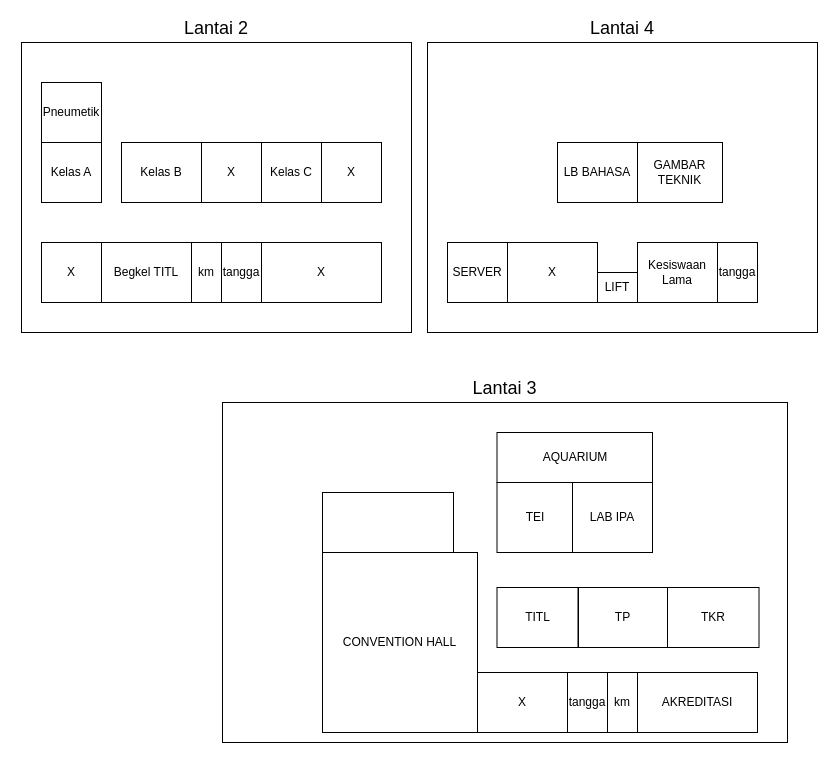
Before: DENAH SMK JATENG.drawio in hnkzf/topologi-site, a draw.io diagram. Source tidied: cells renumbered, new cells numbered last; positions are measured from the earlier drawing's top-left corner, leaving out a move shared by most shapes. Both pictures are drawn from the tidied source at 100%, with x=0, y=0 at pixel (21, 42).
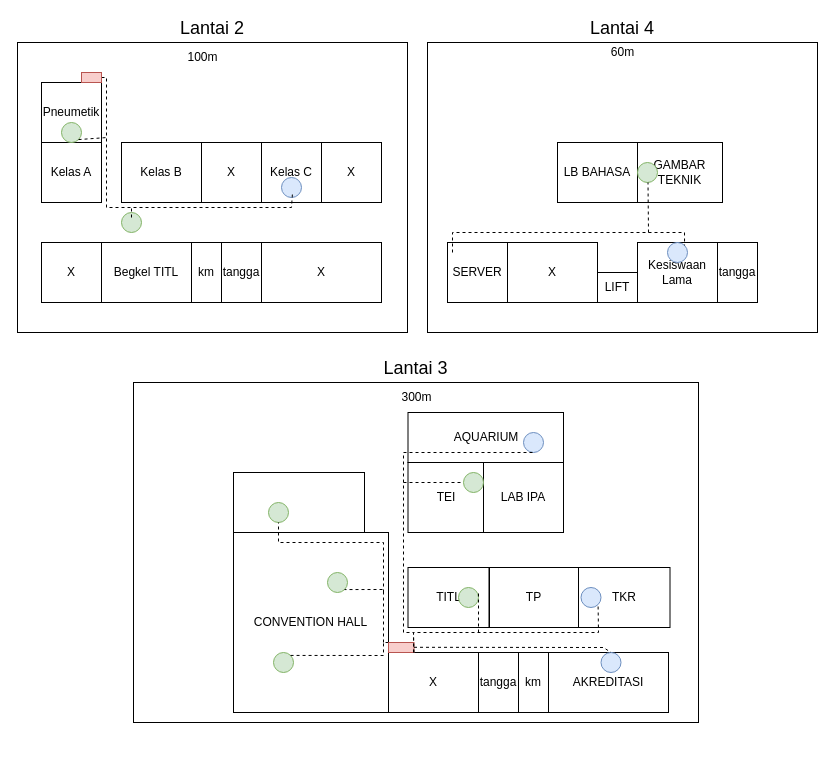
The same page after the edit.

Diff of the diagram source:
```diff
@@
     <mxCell id="2" value="Lantai 2" style="rounded=0;whiteSpace=wrap;html=1;labelPosition=center;verticalLabelPosition=top;align=center;verticalAlign=bottom;fontSize=18;" parent="1" vertex="1">
-      <mxGeometry width="390" height="290" as="geometry" />
+      <mxGeometry x="-4" width="390" height="290" as="geometry" />
     </mxCell>
@@
     <mxCell id="14" value="Lantai 3" style="rounded=0;whiteSpace=wrap;html=1;labelPosition=center;verticalLabelPosition=top;align=center;verticalAlign=bottom;fontSize=18;" parent="1" vertex="1">
-      <mxGeometry x="201" y="360" width="565" height="340" as="geometry" />
+      <mxGeometry x="112" y="340" width="565" height="340" as="geometry" />
     </mxCell>
     <mxCell id="15" value="tangga" style="rounded=0;whiteSpace=wrap;html=1;" parent="1" vertex="1">
-      <mxGeometry x="546" y="630" width="40" height="60" as="geometry" />
+      <mxGeometry x="457" y="610" width="40" height="60" as="geometry" />
     </mxCell>
     <mxCell id="16" value="km" style="rounded=0;whiteSpace=wrap;html=1;" parent="1" vertex="1">
-      <mxGeometry x="586" y="630" width="30" height="60" as="geometry" />
+      <mxGeometry x="497" y="610" width="30" height="60" as="geometry" />
     </mxCell>
     <mxCell id="17" value="X" style="rounded=0;whiteSpace=wrap;html=1;" parent="1" vertex="1">
-      <mxGeometry x="456" y="630" width="90" height="60" as="geometry" />
+      <mxGeometry x="367" y="610" width="90" height="60" as="geometry" />
     </mxCell>
     <mxCell id="18" value="AKREDITASI" style="rounded=0;whiteSpace=wrap;html=1;" parent="1" vertex="1">
-      <mxGeometry x="616" y="630" width="120" height="60" as="geometry" />
+      <mxGeometry x="527" y="610" width="120" height="60" as="geometry" />
     </mxCell>
     <mxCell id="19" value="TP" style="rounded=0;whiteSpace=wrap;html=1;" parent="1" vertex="1">
-      <mxGeometry x="557" y="545" width="89" height="60" as="geometry" />
+      <mxGeometry x="468" y="525" width="89" height="60" as="geometry" />
     </mxCell>
     <mxCell id="20" value="TKR" style="rounded=0;whiteSpace=wrap;html=1;" parent="1" vertex="1">
-      <mxGeometry x="646" y="545" width="91.5" height="60" as="geometry" />
+      <mxGeometry x="557" y="525" width="91.5" height="60" as="geometry" />
     </mxCell>
     <mxCell id="21" value="TITL" style="rounded=0;whiteSpace=wrap;html=1;" parent="1" vertex="1">
-      <mxGeometry x="475.5" y="545" width="81" height="60" as="geometry" />
+      <mxGeometry x="386.5" y="525" width="81" height="60" as="geometry" />
     </mxCell>
@@
     <mxCell id="29" value="TEI" style="rounded=0;whiteSpace=wrap;html=1;" parent="1" vertex="1">
-      <mxGeometry x="475.5" y="440" width="75.5" height="70" as="geometry" />
+      <mxGeometry x="386.5" y="420" width="75.5" height="70" as="geometry" />
     </mxCell>
     <mxCell id="30" value="AQUARIUM" style="rounded=0;whiteSpace=wrap;html=1;" parent="1" vertex="1">
-      <mxGeometry x="475.5" y="390" width="155.5" height="50" as="geometry" />
+      <mxGeometry x="386.5" y="370" width="155.5" height="50" as="geometry" />
     </mxCell>
     <mxCell id="31" value="LAB IPA" style="rounded=0;whiteSpace=wrap;html=1;" parent="1" vertex="1">
-      <mxGeometry x="551" y="440" width="80" height="70" as="geometry" />
+      <mxGeometry x="462" y="420" width="80" height="70" as="geometry" />
     </mxCell>
     <mxCell id="32" style="group;" parent="1" vertex="1">
-      <mxGeometry x="301" y="450" width="155" height="240" as="geometry" />
+      <mxGeometry x="212" y="430" width="155" height="240" as="geometry" />
     </mxCell>
@@
+    <mxCell id="36" style="ellipse;whiteSpace=wrap;html=1;fillColor=#d5e8d4;strokeColor=#82b366;" parent="32" vertex="1">
+      <mxGeometry x="35" y="30" width="20" height="20" as="geometry" />
+    </mxCell>
+    <mxCell id="37" style="ellipse;whiteSpace=wrap;html=1;fillColor=#d5e8d4;strokeColor=#82b366;" parent="32" vertex="1">
+      <mxGeometry x="94" y="100" width="20" height="20" as="geometry" />
+    </mxCell>
+    <mxCell id="38" style="ellipse;whiteSpace=wrap;html=1;fillColor=#d5e8d4;strokeColor=#82b366;" parent="32" vertex="1">
+      <mxGeometry x="40" y="180" width="20" height="20" as="geometry" />
+    </mxCell>
+    <mxCell id="39" style="endArrow=none;dashed=1;html=1;rounded=0;exitX=1;exitY=0;exitDx=0;exitDy=0;" parent="32" edge="1" source="38">
+      <mxGeometry relative="1" as="geometry">
+        <mxPoint x="164" y="170" as="targetPoint" />
+        <Array as="points">
+          <mxPoint x="150" y="183" />
+          <mxPoint x="150" y="170" />
+        </Array>
+      </mxGeometry>
+    </mxCell>
@@
+    <mxCell id="40" style="ellipse;whiteSpace=wrap;html=1;fillColor=#d5e8d4;strokeColor=#82b366;" parent="1" vertex="1">
+      <mxGeometry x="40" y="80" width="20" height="20" as="geometry" />
+    </mxCell>
+    <mxCell id="41" style="ellipse;whiteSpace=wrap;html=1;fillColor=#d5e8d4;strokeColor=#82b366;" parent="1" vertex="1">
+      <mxGeometry x="100" y="170" width="20" height="20" as="geometry" />
+    </mxCell>
+    <mxCell id="42" style="ellipse;whiteSpace=wrap;html=1;fillColor=#dae8fc;strokeColor=#6c8ebf;" parent="1" vertex="1">
+      <mxGeometry x="260" y="135" width="20" height="20" as="geometry" />
+    </mxCell>
+    <mxCell id="43" style="ellipse;whiteSpace=wrap;html=1;fillColor=#d5e8d4;strokeColor=#82b366;" parent="1" vertex="1">
+      <mxGeometry x="616" y="120" width="20" height="20" as="geometry" />
+    </mxCell>
+    <mxCell id="44" style="ellipse;whiteSpace=wrap;html=1;fillColor=#dae8fc;strokeColor=#6c8ebf;" parent="1" vertex="1">
+      <mxGeometry x="646" y="200" width="20" height="20" as="geometry" />
+    </mxCell>
+    <mxCell id="45" style="ellipse;whiteSpace=wrap;html=1;fillColor=#dae8fc;strokeColor=#6c8ebf;" parent="1" vertex="1">
+      <mxGeometry x="502" y="390" width="20" height="20" as="geometry" />
+    </mxCell>
+    <mxCell id="46" style="ellipse;whiteSpace=wrap;html=1;fillColor=#d5e8d4;strokeColor=#82b366;" parent="1" vertex="1">
+      <mxGeometry x="442" y="430" width="20" height="20" as="geometry" />
+    </mxCell>
+    <mxCell id="47" style="ellipse;whiteSpace=wrap;html=1;fillColor=#d5e8d4;strokeColor=#82b366;" parent="1" vertex="1">
+      <mxGeometry x="437" y="545" width="20" height="20" as="geometry" />
+    </mxCell>
+    <mxCell id="48" style="ellipse;whiteSpace=wrap;html=1;fillColor=#dae8fc;strokeColor=#6c8ebf;" parent="1" vertex="1">
+      <mxGeometry x="559.5" y="545" width="20" height="20" as="geometry" />
+    </mxCell>
+    <mxCell id="49" style="ellipse;whiteSpace=wrap;html=1;fillColor=#dae8fc;strokeColor=#6c8ebf;" parent="1" vertex="1">
+      <mxGeometry x="579.5" y="610" width="20" height="20" as="geometry" />
+    </mxCell>
+    <mxCell id="50" style="rounded=0;whiteSpace=wrap;html=1;fillColor=#f8cecc;strokeColor=#b85450;" parent="1" vertex="1">
+      <mxGeometry x="367" y="600" width="25.5" height="10" as="geometry" />
+    </mxCell>
+    <mxCell id="51" style="endArrow=none;dashed=1;html=1;rounded=0;entryX=1;entryY=1;entryDx=0;entryDy=0;" parent="1" edge="1" target="48">
+      <mxGeometry relative="1" as="geometry">
+        <mxPoint x="392.5" y="610" as="sourcePoint" />
+        <Array as="points">
+          <mxPoint x="392" y="590" />
+          <mxPoint x="577" y="590" />
+        </Array>
+      </mxGeometry>
+    </mxCell>
+    <mxCell id="52" style="endArrow=none;dashed=1;html=1;rounded=0;" parent="1" edge="1">
+      <mxGeometry relative="1" as="geometry">
+        <mxPoint x="457" y="590" as="sourcePoint" />
+        <mxPoint x="457" y="550" as="targetPoint" />
+      </mxGeometry>
+    </mxCell>
+    <mxCell id="53" style="endArrow=none;dashed=1;html=1;rounded=0;" parent="1" edge="1">
+      <mxGeometry relative="1" as="geometry">
+        <mxPoint x="392" y="610" as="sourcePoint" />
+        <mxPoint x="512" y="410" as="targetPoint" />
+        <Array as="points">
+          <mxPoint x="392" y="590" />
+          <mxPoint x="382" y="590" />
+          <mxPoint x="382" y="410" />
+        </Array>
+      </mxGeometry>
+    </mxCell>
+    <mxCell id="54" style="endArrow=none;dashed=1;html=1;rounded=0;entryX=0;entryY=0.5;entryDx=0;entryDy=0;" parent="1" edge="1" target="46">
+      <mxGeometry relative="1" as="geometry">
+        <mxPoint x="382" y="440" as="sourcePoint" />
+      </mxGeometry>
+    </mxCell>
+    <mxCell id="55" style="endArrow=none;dashed=1;html=1;rounded=0;entryX=1;entryY=1;entryDx=0;entryDy=0;" parent="1" edge="1" target="37">
+      <mxGeometry relative="1" as="geometry">
+        <mxPoint x="362" y="600" as="sourcePoint" />
+        <Array as="points">
+          <mxPoint x="362" y="547" />
+        </Array>
+      </mxGeometry>
+    </mxCell>
+    <mxCell id="56" style="endArrow=none;dashed=1;html=1;rounded=0;entryX=0.5;entryY=1;entryDx=0;entryDy=0;" parent="1" edge="1" target="36">
+      <mxGeometry relative="1" as="geometry">
+        <mxPoint x="362" y="550" as="sourcePoint" />
+        <Array as="points">
+          <mxPoint x="362" y="500" />
+          <mxPoint x="257" y="500" />
+        </Array>
+      </mxGeometry>
+    </mxCell>
+    <mxCell id="57" style="endArrow=none;dashed=1;html=1;rounded=0;entryX=0.5;entryY=0;entryDx=0;entryDy=0;" parent="1" edge="1" target="49">
+      <mxGeometry relative="1" as="geometry">
+        <mxPoint x="392.5" y="604.8" as="sourcePoint" />
+        <Array as="points">
+          <mxPoint x="582" y="605" />
+        </Array>
+      </mxGeometry>
+    </mxCell>
+    <mxCell id="58" style="endArrow=none;dashed=1;html=1;rounded=0;entryX=1;entryY=0;entryDx=0;entryDy=0;" parent="1" edge="1" target="44">
+      <mxGeometry relative="1" as="geometry">
+        <mxPoint x="431" y="210" as="sourcePoint" />
+        <Array as="points">
+          <mxPoint x="431" y="190" />
+          <mxPoint x="663" y="190" />
+        </Array>
+      </mxGeometry>
+    </mxCell>
+    <mxCell id="59" style="endArrow=none;dashed=1;html=1;rounded=0;" parent="1" edge="1">
+      <mxGeometry relative="1" as="geometry">
+        <mxPoint x="627" y="190" as="sourcePoint" />
+        <mxPoint x="626.5" y="140" as="targetPoint" />
+      </mxGeometry>
+    </mxCell>
+    <mxCell id="60" style="endArrow=none;dashed=1;html=1;rounded=0;" parent="1" edge="1">
+      <mxGeometry relative="1" as="geometry">
+        <mxPoint x="80" y="35" as="sourcePoint" />
+        <mxPoint x="271" y="150" as="targetPoint" />
+        <Array as="points">
+          <mxPoint x="85" y="35" />
+          <mxPoint x="85" y="165" />
+          <mxPoint x="270" y="165" />
+        </Array>
+      </mxGeometry>
+    </mxCell>
+    <mxCell id="61" style="rounded=0;whiteSpace=wrap;html=1;fillColor=#f8cecc;strokeColor=#b85450;" parent="1" vertex="1">
+      <mxGeometry x="60" y="30" width="20" height="10" as="geometry" />
+    </mxCell>
+    <mxCell id="62" style="endArrow=none;dashed=1;html=1;rounded=0;exitX=0.5;exitY=0.25;exitDx=0;exitDy=0;exitPerimeter=0;" parent="1" edge="1" source="41">
+      <mxGeometry relative="1" as="geometry">
+        <mxPoint x="110" y="165" as="targetPoint" />
+      </mxGeometry>
+    </mxCell>
+    <mxCell id="63" style="endArrow=none;dashed=1;html=1;rounded=0;exitX=1;exitY=1;exitDx=0;exitDy=0;" parent="1" edge="1" source="40">
+      <mxGeometry relative="1" as="geometry">
+        <mxPoint x="86" y="95" as="targetPoint" />
+      </mxGeometry>
+    </mxCell>
+    <mxCell id="64" value="100m" style="text;html=1;align=center;verticalAlign=middle;strokeColor=none;fillColor=none;" parent="1" vertex="1">
+      <mxGeometry x="156" width="50" height="30" as="geometry" />
+    </mxCell>
+    <mxCell id="65" value="60m" style="text;html=1;align=center;verticalAlign=middle;strokeColor=none;fillColor=none;" parent="1" vertex="1">
+      <mxGeometry x="578.5" y="-5" width="45" height="30" as="geometry" />
+    </mxCell>
+    <mxCell id="66" value="300m" style="text;html=1;align=center;verticalAlign=middle;strokeColor=none;fillColor=none;" parent="1" vertex="1">
+      <mxGeometry x="370" y="340" width="50" height="30" as="geometry" />
+    </mxCell>
```
